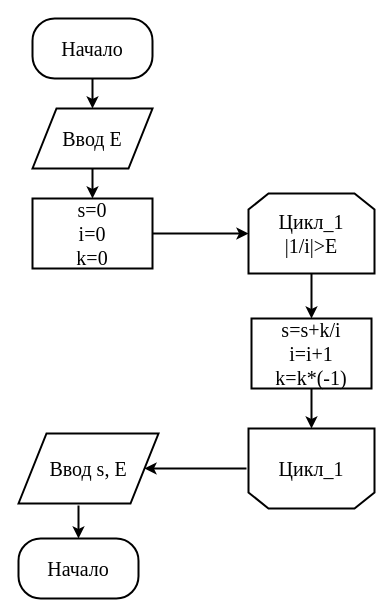
lenferer/draw.io keeps this draw.io diagram as page "Sample 7" (4 of 4) of Цикл с условием.drawio. Above is the earlier version. Source tidied: cells renumbered, new cells numbered last; positions are measured from the earlier drawing's top-left corner, leaving out a move shared by most shapes. Both pictures are drawn from the tidied source at 100%, with x=0, y=0 at pixel (18, 18).
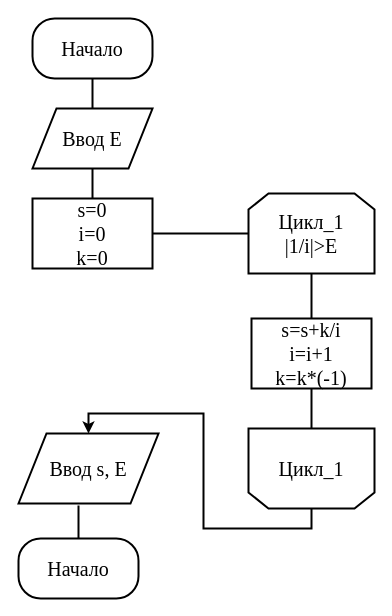
The same diagram, later.

Change to the diagram source:
```diff
@@
 <mxGraphModel>
   <root>
     <mxCell id="0" />
     <mxCell id="1" parent="0" />
     <mxCell id="2" value="Начало" style="rounded=1;whiteSpace=wrap;html=1;strokeWidth=2;fontFamily=Times New Roman;fontSize=20;arcSize=37;" parent="1" vertex="1">
       <mxGeometry x="14" width="120" height="60" as="geometry" />
     </mxCell>
     <mxCell id="3" value="Ввод E" style="shape=parallelogram;perimeter=parallelogramPerimeter;whiteSpace=wrap;html=1;strokeWidth=2;fontFamily=Times New Roman;fontSize=20;" parent="1" vertex="1">
       <mxGeometry x="14" y="90" width="120" height="60" as="geometry" />
     </mxCell>
     <mxCell id="4" value="&lt;div&gt;s=0&lt;/div&gt;&lt;div&gt;i=0&lt;/div&gt;&lt;div&gt;k=0&lt;/div&gt;" style="rounded=0;whiteSpace=wrap;html=1;strokeWidth=2;fontFamily=Times New Roman;fontSize=20;" parent="1" vertex="1">
       <mxGeometry x="14" y="180" width="120" height="70" as="geometry" />
     </mxCell>
     <mxCell id="5" value="&lt;div&gt;Цикл_1&lt;/div&gt;&lt;div&gt;|1/i|&amp;gt;E&lt;br&gt;&lt;/div&gt;" style="shape=loopLimit;whiteSpace=wrap;html=1;strokeWidth=2;fontFamily=Times New Roman;fontSize=20;" parent="1" vertex="1">
       <mxGeometry x="230" y="175" width="126" height="80" as="geometry" />
     </mxCell>
     <mxCell id="6" value="&lt;div&gt;s=s+k/i&lt;/div&gt;&lt;div&gt;i=i+1&lt;/div&gt;&lt;div&gt;k=k*(-1)&lt;/div&gt;" style="rounded=0;whiteSpace=wrap;html=1;strokeWidth=2;fontFamily=Times New Roman;fontSize=20;" parent="1" vertex="1">
       <mxGeometry x="233" y="300" width="120" height="70" as="geometry" />
     </mxCell>
+    <mxCell id="17" style="edgeStyle=orthogonalEdgeStyle;rounded=0;jettySize=auto;html=1;exitX=0.5;exitY=0;exitDx=0;exitDy=0;entryX=0.5;entryY=0;entryDx=0;entryDy=0;strokeWidth=2;" parent="1" edge="1" source="7" target="8">
+      <mxGeometry relative="1" as="geometry" />
+    </mxCell>
     <mxCell id="7" value="&lt;div&gt;Цикл_1&lt;/div&gt;" style="shape=loopLimit;whiteSpace=wrap;html=1;strokeWidth=2;fontFamily=Times New Roman;fontSize=20;direction=west;" parent="1" vertex="1">
       <mxGeometry x="230" y="410" width="126" height="80" as="geometry" />
     </mxCell>
     <mxCell id="8" value="Ввод s, E" style="shape=parallelogram;perimeter=parallelogramPerimeter;whiteSpace=wrap;html=1;strokeWidth=2;fontFamily=Times New Roman;fontSize=20;" parent="1" vertex="1">
       <mxGeometry y="415" width="140" height="70" as="geometry" />
     </mxCell>
     <mxCell id="9" value="Начало" style="rounded=1;whiteSpace=wrap;html=1;strokeWidth=2;fontFamily=Times New Roman;fontSize=20;arcSize=37;" parent="1" vertex="1">
       <mxGeometry y="520" width="120" height="60" as="geometry" />
     </mxCell>
-    <mxCell id="10" style="endArrow=classic;html=1;fontFamily=Times New Roman;fontSize=20;exitX=0.5;exitY=1;exitDx=0;exitDy=0;entryX=0.5;entryY=0;entryDx=0;entryDy=0;strokeWidth=2;" parent="1" edge="1" source="2" target="3">
+    <mxCell id="10" style="endArrow=none;html=1;fontFamily=Times New Roman;fontSize=20;exitX=0.5;exitY=1;exitDx=0;exitDy=0;entryX=0.5;entryY=0;entryDx=0;entryDy=0;strokeWidth=2;endFill=0;" parent="1" edge="1" source="2" target="3">
       <mxGeometry relative="1" as="geometry" />
     </mxCell>
-    <mxCell id="11" style="endArrow=classic;html=1;fontFamily=Times New Roman;fontSize=20;exitX=0.5;exitY=1;exitDx=0;exitDy=0;strokeWidth=2;" parent="1" edge="1" source="3" target="4">
-      <mxGeometry relative="1" as="geometry" />
+    <mxCell id="11" style="endArrow=none;html=1;fontFamily=Times New Roman;fontSize=20;exitX=0.5;exitY=1;exitDx=0;exitDy=0;strokeWidth=2;endFill=0;" parent="1" edge="1" source="3" target="4">
+      <mxGeometry relative="1" as="geometry">
+        <Array as="points">
+          <mxPoint x="74" y="170" />
+        </Array>
+      </mxGeometry>
     </mxCell>
-    <mxCell id="12" style="endArrow=classic;html=1;strokeWidth=2;fontFamily=Times New Roman;fontSize=20;exitX=1;exitY=0.5;exitDx=0;exitDy=0;entryX=0;entryY=0.5;entryDx=0;entryDy=0;" parent="1" edge="1" source="4" target="5">
+    <mxCell id="12" style="endArrow=none;html=1;strokeWidth=2;fontFamily=Times New Roman;fontSize=20;exitX=1;exitY=0.5;exitDx=0;exitDy=0;entryX=0;entryY=0.5;entryDx=0;entryDy=0;endFill=0;" parent="1" edge="1" source="4" target="5">
       <mxGeometry relative="1" as="geometry" />
     </mxCell>
-    <mxCell id="13" style="endArrow=classic;html=1;strokeWidth=2;fontFamily=Times New Roman;fontSize=20;exitX=0.5;exitY=1;exitDx=0;exitDy=0;entryX=0.5;entryY=0;entryDx=0;entryDy=0;" parent="1" edge="1" source="5" target="6">
+    <mxCell id="13" style="endArrow=none;html=1;strokeWidth=2;fontFamily=Times New Roman;fontSize=20;exitX=0.5;exitY=1;exitDx=0;exitDy=0;entryX=0.5;entryY=0;entryDx=0;entryDy=0;endFill=0;" parent="1" edge="1" source="5" target="6">
       <mxGeometry relative="1" as="geometry" />
     </mxCell>
-    <mxCell id="14" style="endArrow=classic;html=1;strokeWidth=2;fontFamily=Times New Roman;fontSize=20;exitX=0.5;exitY=1;exitDx=0;exitDy=0;entryX=0.5;entryY=1;entryDx=0;entryDy=0;" parent="1" edge="1" source="6" target="7">
+    <mxCell id="14" style="endArrow=none;html=1;strokeWidth=2;fontFamily=Times New Roman;fontSize=20;exitX=0.5;exitY=1;exitDx=0;exitDy=0;entryX=0.5;entryY=1;entryDx=0;entryDy=0;endFill=0;" parent="1" edge="1" source="6" target="7">
       <mxGeometry relative="1" as="geometry" />
     </mxCell>
-    <mxCell id="15" style="endArrow=classic;html=1;strokeWidth=2;fontFamily=Times New Roman;fontSize=20;entryX=1;entryY=0.5;entryDx=0;entryDy=0;" parent="1" edge="1" target="8">
-      <mxGeometry relative="1" as="geometry">
-        <mxPoint x="228" y="450" as="sourcePoint" />
-      </mxGeometry>
-    </mxCell>
-    <mxCell id="16" style="endArrow=classic;html=1;strokeWidth=2;fontFamily=Times New Roman;fontSize=20;entryX=0.5;entryY=0;entryDx=0;entryDy=0;" parent="1" edge="1" target="9">
+    <mxCell id="16" style="endArrow=none;html=1;strokeWidth=2;fontFamily=Times New Roman;fontSize=20;entryX=0.5;entryY=0;entryDx=0;entryDy=0;endFill=0;" parent="1" edge="1" target="9">
       <mxGeometry relative="1" as="geometry">
         <mxPoint x="60" y="487" as="sourcePoint" />
       </mxGeometry>
     </mxCell>
   </root>
 </mxGraphModel>
```
